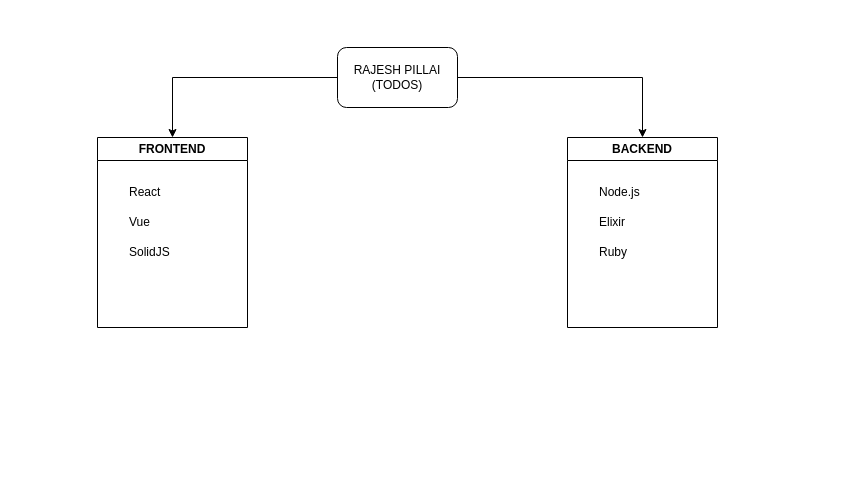
Earlier version of the draw.io diagram what-i-am-working-tech.drawio (rajeshpillai/drawio-diagrams). Source tidied: cells renumbered, new cells numbered last; positions are measured from the earlier drawing's top-left corner, leaving out a move shared by most shapes. Both pictures are drawn from the tidied source at 100%, with x=0, y=0 at pixel (97, 47).
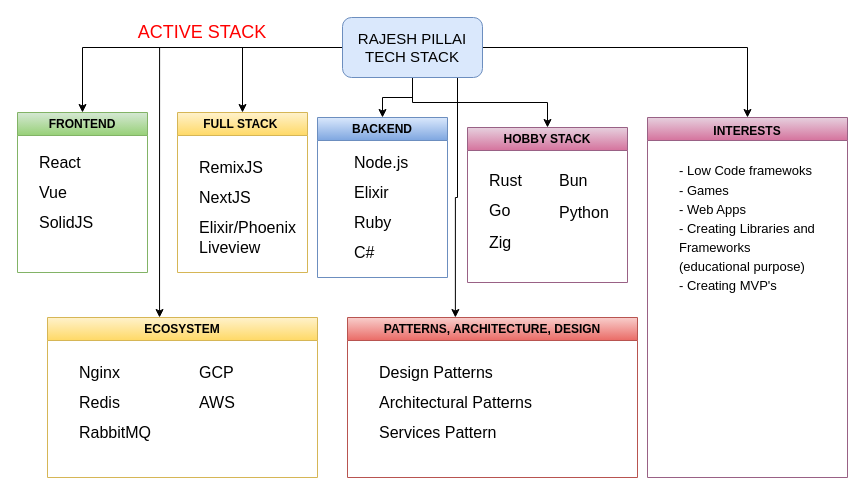
Above is the later version.

Change to the diagram source:
```diff
@@
+    <mxCell id="13" style="edgeStyle=orthogonalEdgeStyle;rounded=0;jettySize=auto;html=1;flowAnimation=1;" parent="1" edge="1" source="4" target="19">
+      <mxGeometry relative="1" as="geometry" />
+    </mxCell>
+    <mxCell id="14" style="edgeStyle=orthogonalEdgeStyle;rounded=0;jettySize=auto;html=1;entryX=0.5;entryY=0;entryDx=0;entryDy=0;flowAnimation=1;" parent="1" edge="1" source="4" target="24">
+      <mxGeometry relative="1" as="geometry" />
+    </mxCell>
+    <mxCell id="15" style="edgeStyle=orthogonalEdgeStyle;rounded=0;jettySize=auto;html=1;flowAnimation=1;" parent="1" edge="1" source="4" target="40">
+      <mxGeometry relative="1" as="geometry" />
+    </mxCell>
+    <mxCell id="16" style="edgeStyle=orthogonalEdgeStyle;rounded=0;jettySize=auto;html=1;entryX=0.415;entryY=0;entryDx=0;entryDy=0;entryPerimeter=0;flowAnimation=1;" parent="1" edge="1" source="4" target="30">
+      <mxGeometry relative="1" as="geometry" />
+    </mxCell>
+    <mxCell id="17" style="edgeStyle=orthogonalEdgeStyle;rounded=0;jettySize=auto;html=1;entryX=0.372;entryY=0;entryDx=0;entryDy=0;entryPerimeter=0;flowAnimation=1;" parent="1" edge="1" source="4" target="36">
+      <mxGeometry relative="1" as="geometry">
+        <Array as="points">
+          <mxPoint x="360" y="150" />
+          <mxPoint x="358" y="150" />
+        </Array>
+      </mxGeometry>
+    </mxCell>
-    <mxCell id="4" value="RAJESH PILLAI&lt;br&gt;(TODOS)" style="rounded=1;whiteSpace=wrap;html=1;" parent="1" vertex="1">
-      <mxGeometry x="240" width="120" height="60" as="geometry" />
+    <mxCell id="4" value="RAJESH PILLAI&lt;br style=&quot;font-size: 15px;&quot;&gt;TECH STACK" style="rounded=1;whiteSpace=wrap;html=1;fontSize=15;fillColor=#dae8fc;strokeColor=#6c8ebf;" parent="1" vertex="1">
+      <mxGeometry x="245" y="-30" width="140" height="60" as="geometry" />
     </mxCell>
+    <mxCell id="9" value="BACKEND" style="swimlane;whiteSpace=wrap;html=1;fillColor=#dae8fc;gradientColor=#7ea6e0;strokeColor=#6c8ebf;" parent="1" vertex="1">
+      <mxGeometry x="220" y="70" width="130" height="160" as="geometry" />
+    </mxCell>
+    <mxCell id="10" value="Node.js" style="text;html=1;strokeColor=none;fillColor=none;align=left;verticalAlign=middle;whiteSpace=wrap;rounded=0;fontSize=16;" parent="9" vertex="1">
+      <mxGeometry x="35" y="30" width="60" height="30" as="geometry" />
+    </mxCell>
+    <mxCell id="11" value="Elixir" style="text;html=1;strokeColor=none;fillColor=none;align=left;verticalAlign=middle;whiteSpace=wrap;rounded=0;fontSize=16;" parent="9" vertex="1">
+      <mxGeometry x="35" y="60" width="60" height="30" as="geometry" />
+    </mxCell>
+    <mxCell id="12" value="Ruby" style="text;html=1;strokeColor=none;fillColor=none;align=left;verticalAlign=middle;whiteSpace=wrap;rounded=0;fontSize=16;" parent="9" vertex="1">
+      <mxGeometry x="35" y="90" width="60" height="30" as="geometry" />
+    </mxCell>
+    <mxCell id="18" value="C#" style="text;html=1;strokeColor=none;fillColor=none;align=left;verticalAlign=middle;whiteSpace=wrap;rounded=0;fontSize=16;" parent="9" vertex="1">
+      <mxGeometry x="35" y="120" width="60" height="30" as="geometry" />
+    </mxCell>
-    <mxCell id="5" value="FRONTEND" style="swimlane;whiteSpace=wrap;html=1;" parent="1" vertex="1">
-      <mxGeometry y="90" width="150" height="190" as="geometry" />
+    <mxCell id="5" value="FRONTEND" style="swimlane;whiteSpace=wrap;html=1;fillColor=#d5e8d4;strokeColor=#82b366;gradientColor=#97d077;" parent="1" vertex="1">
+      <mxGeometry x="-80" y="65" width="130" height="160" as="geometry" />
     </mxCell>
-    <mxCell id="6" value="React" style="text;html=1;strokeColor=none;fillColor=none;align=left;verticalAlign=middle;whiteSpace=wrap;rounded=0;" parent="5" vertex="1">
-      <mxGeometry x="30" y="40" width="60" height="30" as="geometry" />
+    <mxCell id="6" value="React" style="text;html=1;strokeColor=none;fillColor=none;align=left;verticalAlign=middle;whiteSpace=wrap;rounded=0;fontSize=16;" parent="5" vertex="1">
+      <mxGeometry x="20" y="35" width="60" height="30" as="geometry" />
     </mxCell>
-    <mxCell id="7" value="Vue" style="text;html=1;strokeColor=none;fillColor=none;align=left;verticalAlign=middle;whiteSpace=wrap;rounded=0;" parent="5" vertex="1">
-      <mxGeometry x="30" y="70" width="60" height="30" as="geometry" />
+    <mxCell id="7" value="Vue" style="text;html=1;strokeColor=none;fillColor=none;align=left;verticalAlign=middle;whiteSpace=wrap;rounded=0;fontSize=16;" parent="5" vertex="1">
+      <mxGeometry x="20" y="65" width="60" height="30" as="geometry" />
     </mxCell>
-    <mxCell id="8" value="SolidJS" style="text;html=1;strokeColor=none;fillColor=none;align=left;verticalAlign=middle;whiteSpace=wrap;rounded=0;" parent="5" vertex="1">
-      <mxGeometry x="30" y="100" width="60" height="30" as="geometry" />
+    <mxCell id="8" value="SolidJS" style="text;html=1;strokeColor=none;fillColor=none;align=left;verticalAlign=middle;whiteSpace=wrap;rounded=0;fontSize=16;" parent="5" vertex="1">
+      <mxGeometry x="20" y="95" width="60" height="30" as="geometry" />
     </mxCell>
-    <mxCell id="9" value="BACKEND" style="swimlane;whiteSpace=wrap;html=1;" parent="1" vertex="1">
-      <mxGeometry x="470" y="90" width="150" height="190" as="geometry" />
-    </mxCell>
-    <mxCell id="10" value="Node.js" style="text;html=1;strokeColor=none;fillColor=none;align=left;verticalAlign=middle;whiteSpace=wrap;rounded=0;" parent="9" vertex="1">
-      <mxGeometry x="30" y="40" width="60" height="30" as="geometry" />
-    </mxCell>
-    <mxCell id="11" value="Elixir" style="text;html=1;strokeColor=none;fillColor=none;align=left;verticalAlign=middle;whiteSpace=wrap;rounded=0;" parent="9" vertex="1">
-      <mxGeometry x="30" y="70" width="60" height="30" as="geometry" />
-    </mxCell>
-    <mxCell id="12" value="Ruby" style="text;html=1;strokeColor=none;fillColor=none;align=left;verticalAlign=middle;whiteSpace=wrap;rounded=0;" parent="9" vertex="1">
-      <mxGeometry x="30" y="100" width="60" height="30" as="geometry" />
-    </mxCell>
+    <mxCell id="19" value="FULL STACK&amp;nbsp;" style="swimlane;whiteSpace=wrap;html=1;fillColor=#fff2cc;gradientColor=#ffd966;strokeColor=#d6b656;" parent="1" vertex="1">
+      <mxGeometry x="80" y="65" width="130" height="160" as="geometry" />
+    </mxCell>
+    <mxCell id="20" value="RemixJS" style="text;html=1;strokeColor=none;fillColor=none;align=left;verticalAlign=middle;whiteSpace=wrap;rounded=0;fontSize=16;" parent="19" vertex="1">
+      <mxGeometry x="20" y="40" width="60" height="30" as="geometry" />
+    </mxCell>
+    <mxCell id="21" value="NextJS" style="text;html=1;strokeColor=none;fillColor=none;align=left;verticalAlign=middle;whiteSpace=wrap;rounded=0;fontSize=16;" parent="19" vertex="1">
+      <mxGeometry x="20" y="70" width="60" height="30" as="geometry" />
+    </mxCell>
+    <mxCell id="22" value="Elixir/Phoenix Liveview" style="text;html=1;strokeColor=none;fillColor=none;align=left;verticalAlign=middle;whiteSpace=wrap;rounded=0;fontSize=16;" parent="19" vertex="1">
+      <mxGeometry x="20" y="110" width="60" height="30" as="geometry" />
+    </mxCell>
+    <mxCell id="23" value="ACTIVE STACK" style="text;html=1;strokeColor=none;fillColor=none;align=center;verticalAlign=middle;whiteSpace=wrap;rounded=0;fontSize=18;fontColor=#FF0000;" parent="1" vertex="1">
+      <mxGeometry x="20" y="-30" width="170" height="30" as="geometry" />
+    </mxCell>
+    <mxCell id="24" value="HOBBY STACK" style="swimlane;whiteSpace=wrap;html=1;fillColor=#e6d0de;gradientColor=#d5739d;strokeColor=#996185;" parent="1" vertex="1">
+      <mxGeometry x="370" y="80" width="160" height="155" as="geometry" />
+    </mxCell>
+    <mxCell id="25" value="Rust" style="text;html=1;strokeColor=none;fillColor=none;align=left;verticalAlign=middle;whiteSpace=wrap;rounded=0;fontSize=16;" parent="24" vertex="1">
+      <mxGeometry x="20" y="38" width="60" height="30" as="geometry" />
+    </mxCell>
+    <mxCell id="26" value="Go" style="text;html=1;strokeColor=none;fillColor=none;align=left;verticalAlign=middle;whiteSpace=wrap;rounded=0;fontSize=16;" parent="24" vertex="1">
+      <mxGeometry x="20" y="68" width="60" height="30" as="geometry" />
+    </mxCell>
+    <mxCell id="27" value="Zig" style="text;html=1;strokeColor=none;fillColor=none;align=left;verticalAlign=middle;whiteSpace=wrap;rounded=0;fontSize=16;" parent="24" vertex="1">
+      <mxGeometry x="20" y="100" width="60" height="30" as="geometry" />
+    </mxCell>
+    <mxCell id="28" value="Bun" style="text;html=1;strokeColor=none;fillColor=none;align=left;verticalAlign=middle;whiteSpace=wrap;rounded=0;fontSize=16;" parent="24" vertex="1">
+      <mxGeometry x="90" y="38" width="60" height="30" as="geometry" />
+    </mxCell>
+    <mxCell id="29" value="Python" style="text;html=1;strokeColor=none;fillColor=none;align=left;verticalAlign=middle;whiteSpace=wrap;rounded=0;fontSize=16;" parent="24" vertex="1">
+      <mxGeometry x="90" y="70" width="60" height="30" as="geometry" />
+    </mxCell>
+    <mxCell id="30" value="ECOSYSTEM" style="swimlane;whiteSpace=wrap;html=1;fillColor=#fff2cc;gradientColor=#ffd966;strokeColor=#d6b656;" parent="1" vertex="1">
+      <mxGeometry x="-50" y="270" width="270" height="160" as="geometry" />
+    </mxCell>
+    <mxCell id="31" value="Nginx" style="text;html=1;strokeColor=none;fillColor=none;align=left;verticalAlign=middle;whiteSpace=wrap;rounded=0;fontSize=16;" parent="30" vertex="1">
+      <mxGeometry x="30" y="40" width="60" height="30" as="geometry" />
+    </mxCell>
+    <mxCell id="32" value="Redis" style="text;html=1;strokeColor=none;fillColor=none;align=left;verticalAlign=middle;whiteSpace=wrap;rounded=0;fontSize=16;" parent="30" vertex="1">
+      <mxGeometry x="30" y="70" width="60" height="30" as="geometry" />
+    </mxCell>
+    <mxCell id="33" value="RabbitMQ" style="text;html=1;strokeColor=none;fillColor=none;align=left;verticalAlign=middle;whiteSpace=wrap;rounded=0;fontSize=16;" parent="30" vertex="1">
+      <mxGeometry x="30" y="100" width="60" height="30" as="geometry" />
+    </mxCell>
+    <mxCell id="34" value="GCP" style="text;html=1;strokeColor=none;fillColor=none;align=left;verticalAlign=middle;whiteSpace=wrap;rounded=0;fontSize=16;" parent="30" vertex="1">
+      <mxGeometry x="150" y="40" width="60" height="30" as="geometry" />
+    </mxCell>
+    <mxCell id="35" value="AWS" style="text;html=1;strokeColor=none;fillColor=none;align=left;verticalAlign=middle;whiteSpace=wrap;rounded=0;fontSize=16;" parent="30" vertex="1">
+      <mxGeometry x="150" y="70" width="60" height="30" as="geometry" />
+    </mxCell>
+    <mxCell id="36" value="PATTERNS, ARCHITECTURE, DESIGN" style="swimlane;whiteSpace=wrap;html=1;fillColor=#f8cecc;gradientColor=#ea6b66;strokeColor=#b85450;" parent="1" vertex="1">
+      <mxGeometry x="250" y="270" width="290" height="160" as="geometry" />
+    </mxCell>
+    <mxCell id="37" value="Design Patterns" style="text;html=1;strokeColor=none;fillColor=none;align=left;verticalAlign=middle;whiteSpace=wrap;rounded=0;fontSize=16;" parent="36" vertex="1">
+      <mxGeometry x="30" y="40" width="120" height="30" as="geometry" />
+    </mxCell>
+    <mxCell id="38" value="Architectural Patterns" style="text;html=1;strokeColor=none;fillColor=none;align=left;verticalAlign=middle;whiteSpace=wrap;rounded=0;fontSize=16;" parent="36" vertex="1">
+      <mxGeometry x="30" y="70" width="160" height="30" as="geometry" />
+    </mxCell>
+    <mxCell id="39" value="Services Pattern" style="text;html=1;strokeColor=none;fillColor=none;align=left;verticalAlign=middle;whiteSpace=wrap;rounded=0;fontSize=16;" parent="36" vertex="1">
+      <mxGeometry x="30" y="100" width="130" height="30" as="geometry" />
+    </mxCell>
+    <mxCell id="40" value="INTERESTS" style="swimlane;whiteSpace=wrap;html=1;fillColor=#e6d0de;gradientColor=#d5739d;strokeColor=#996185;startSize=23;verticalAlign=top;align=center;" parent="1" vertex="1">
+      <mxGeometry x="550" y="70" width="200" height="360" as="geometry" />
+    </mxCell>
+    <mxCell id="41" value="&lt;font style=&quot;font-size: 13px;&quot;&gt;- Low Code framewoks&lt;br&gt;- Games&lt;br&gt;- Web Apps&lt;br&gt;- Creating Libraries and Frameworks (educational purpose)&lt;br&gt;- Creating MVP's&lt;/font&gt;" style="text;html=1;strokeColor=none;fillColor=none;align=left;verticalAlign=middle;whiteSpace=wrap;rounded=0;fontSize=16;" parent="40" vertex="1">
+      <mxGeometry x="30" y="95" width="140" height="30" as="geometry" />
+    </mxCell>
```
